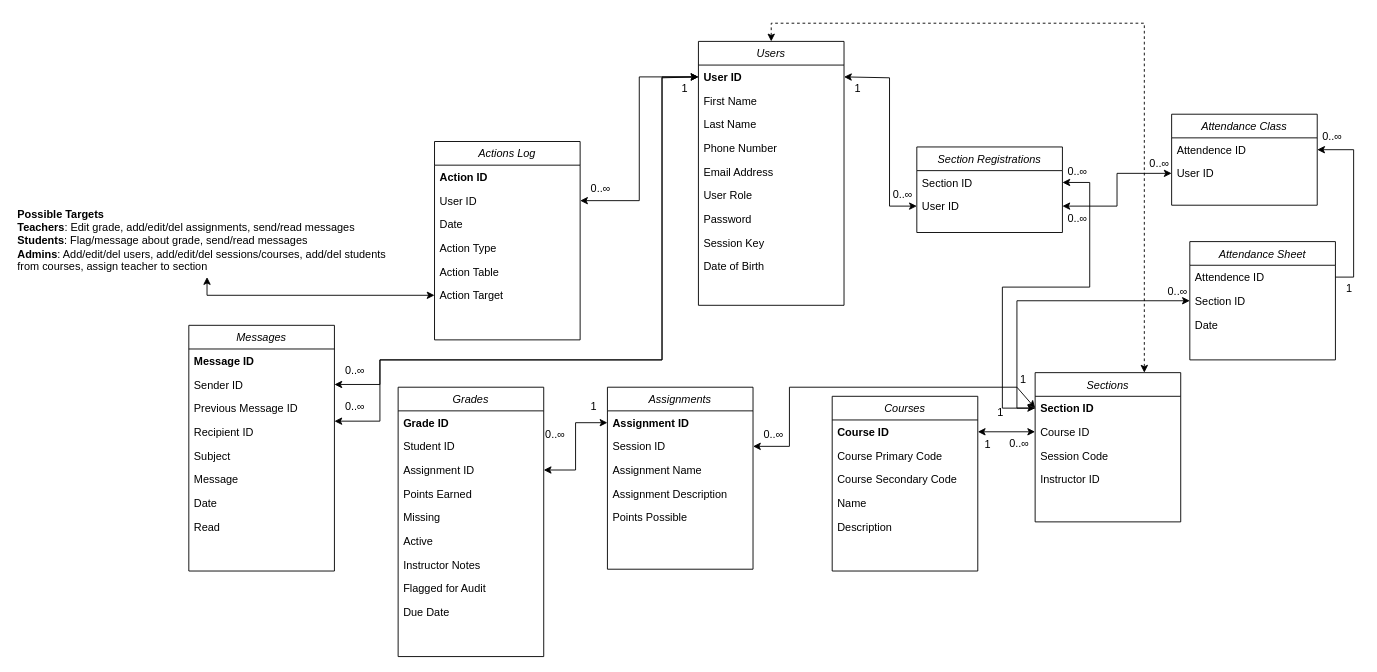
This is Documentation/General Information/Database.drawio from BenJewell/CMPS480_SP22, a draw.io file, before an edit. Source tidied: cells renumbered, new cells numbered last; positions are measured from the earlier drawing's top-left corner, leaving out a move shared by most shapes. Both pictures are drawn from the tidied source at 91%, with x=0, y=0 at pixel (15, 23).
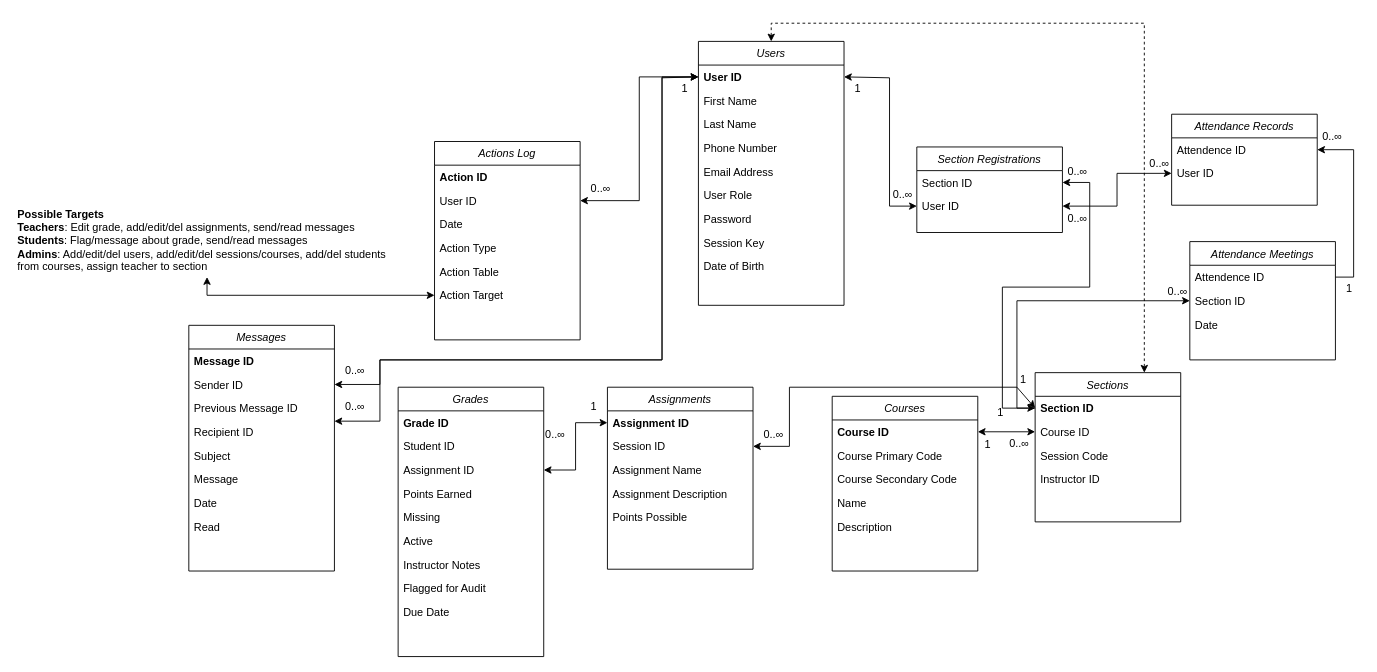
The same diagram, later.

Change to the diagram source:
```diff
@@
-    <mxCell id="84" value="Attendance Sheet" style="swimlane;fontStyle=2;align=center;verticalAlign=top;horizontal=1;startSize=26;rounded=0;shadow=0;strokeWidth=1;" parent="1" vertex="1">
+    <mxCell id="84" value="Attendance Meetings" style="swimlane;fontStyle=2;align=center;verticalAlign=top;horizontal=1;startSize=26;rounded=0;shadow=0;strokeWidth=1;" parent="1" vertex="1">
       <mxGeometry x="1290" y="240" width="160" height="130" as="geometry" />
     </mxCell>
@@
-    <mxCell id="88" value="Attendance Class" style="swimlane;fontStyle=2;align=center;verticalAlign=top;horizontal=1;startSize=26;rounded=0;shadow=0;strokeWidth=1;" parent="1" vertex="1">
+    <mxCell id="88" value="Attendance Records" style="swimlane;fontStyle=2;align=center;verticalAlign=top;horizontal=1;startSize=26;rounded=0;shadow=0;strokeWidth=1;" parent="1" vertex="1">
       <mxGeometry x="1270" y="100" width="160" height="100" as="geometry" />
     </mxCell>
```
